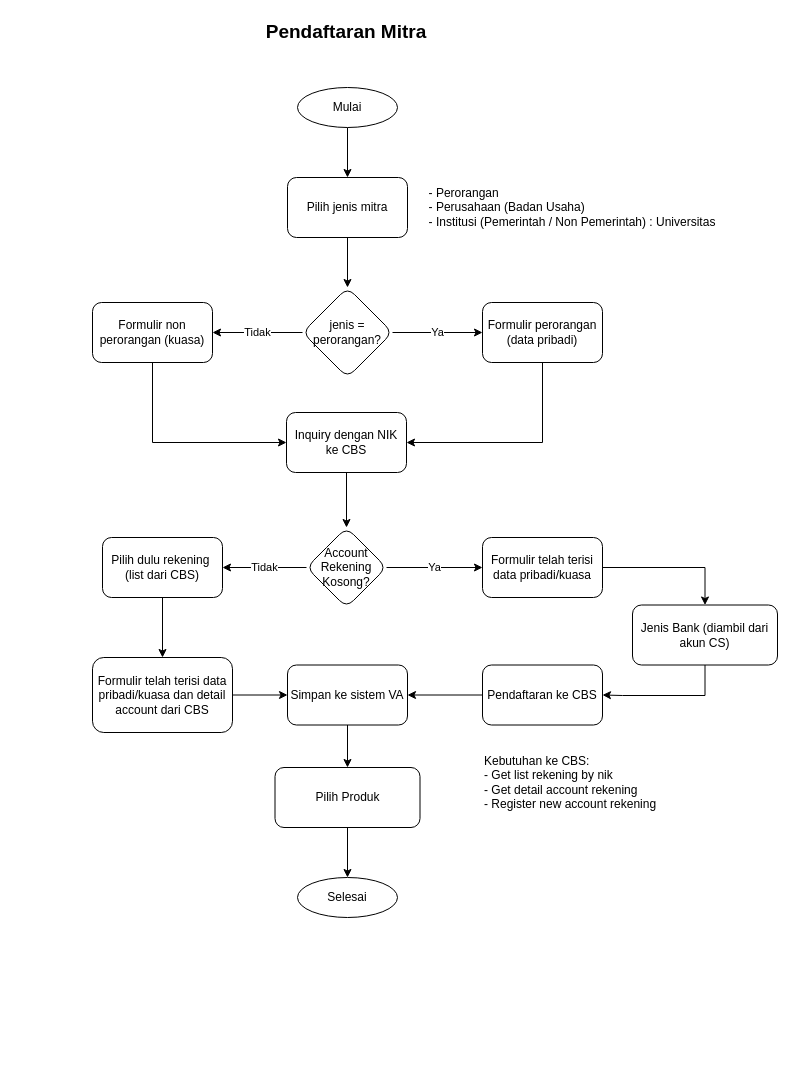
This is page "Pendaftaran Mitra" (1 of 3) of use-case/flow-pendaftaran.drawio from aribrilliantsyah/fsd_va_bpd_diy, a draw.io file, before an edit. Source tidied: cells renumbered, new cells numbered last; positions are measured from the earlier drawing's top-left corner, leaving out a move shared by most shapes. Both pictures are drawn from the tidied source at 100%, with x=0, y=0 at pixel (92, 17).
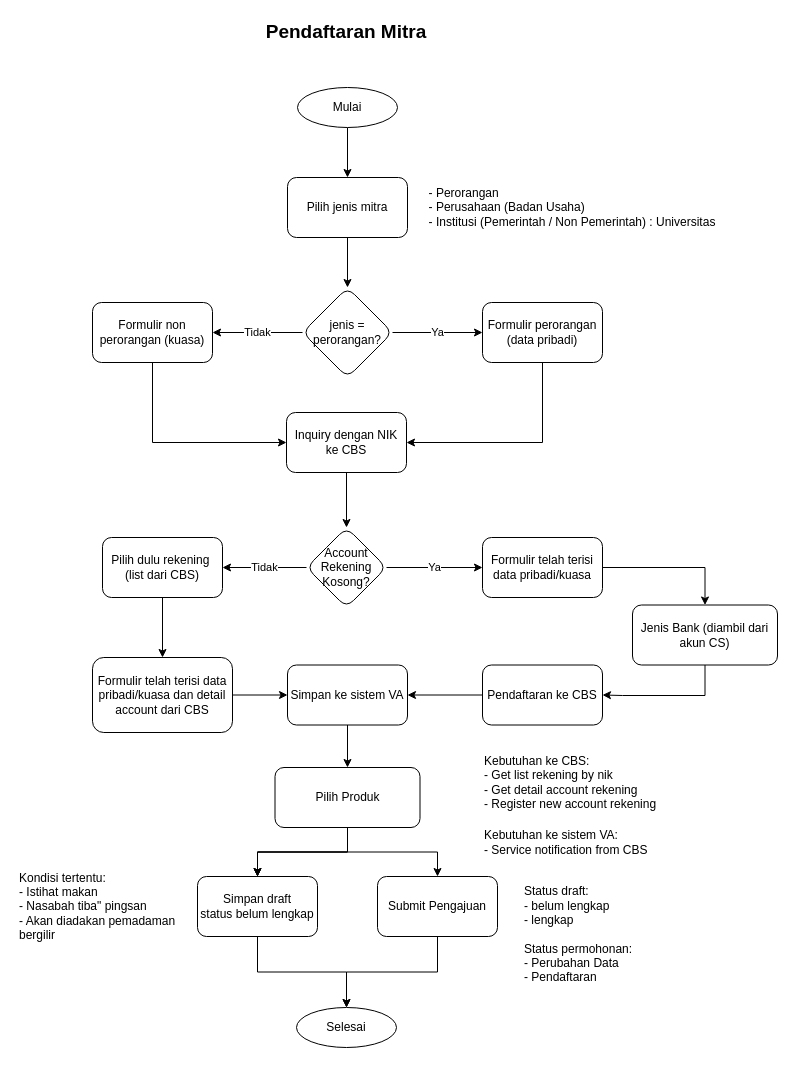
The same page after the edit.

Unchanged cells that the change refers to:
```xml
<mxCell id="31" value="Pilih Produk" style="whiteSpace=wrap;html=1;rounded=1;" parent="1" vertex="1">
  <mxGeometry x="182.5" y="750" width="145" height="60" as="geometry" />
</mxCell>
```

Diff of the diagram source:
```diff
@@
-    <mxCell id="30" style="edgeStyle=orthogonalEdgeStyle;rounded=0;jettySize=auto;html=1;" parent="1" edge="1" source="31" target="32">
-      <mxGeometry relative="1" as="geometry" />
-    </mxCell>
+    <mxCell id="36" style="edgeStyle=orthogonalEdgeStyle;rounded=0;jettySize=auto;html=1;fontSize=19;" parent="1" edge="1" source="31" target="42">
+      <mxGeometry relative="1" as="geometry" />
+    </mxCell>
+    <mxCell id="37" style="edgeStyle=orthogonalEdgeStyle;rounded=0;jettySize=auto;html=1;fontSize=19;" parent="1" edge="1" source="31" target="42">
+      <mxGeometry relative="1" as="geometry" />
+    </mxCell>
+    <mxCell id="38" style="edgeStyle=orthogonalEdgeStyle;rounded=0;jettySize=auto;html=1;fontSize=19;" parent="1" edge="1" source="31" target="42">
+      <mxGeometry relative="1" as="geometry" />
+    </mxCell>
+    <mxCell id="39" style="edgeStyle=orthogonalEdgeStyle;rounded=0;jettySize=auto;html=1;entryX=0.5;entryY=0;entryDx=0;entryDy=0;fontSize=19;" parent="1" edge="1" source="31" target="44">
+      <mxGeometry relative="1" as="geometry" />
+    </mxCell>
@@
-    <mxCell id="32" value="Selesai" style="ellipse;whiteSpace=wrap;html=1;align=center;newEdgeStyle={&quot;edgeStyle&quot;:&quot;entityRelationEdgeStyle&quot;,&quot;startArrow&quot;:&quot;none&quot;,&quot;endArrow&quot;:&quot;none&quot;,&quot;segment&quot;:10,&quot;curved&quot;:1};" parent="1" vertex="1">
-      <mxGeometry x="205" y="860" width="100" height="40" as="geometry" />
-    </mxCell>
@@
+    <mxCell id="40" value="&lt;div style=&quot;&quot;&gt;Kebutuhan ke sistem VA:&lt;/div&gt;&lt;div style=&quot;&quot;&gt;- Service notification from CBS&lt;br&gt;&lt;/div&gt;" style="text;html=1;strokeColor=none;fillColor=none;align=left;verticalAlign=middle;whiteSpace=wrap;rounded=0;" parent="1" vertex="1">
+      <mxGeometry x="390" y="800" width="180" height="50" as="geometry" />
+    </mxCell>
+    <mxCell id="41" style="edgeStyle=orthogonalEdgeStyle;rounded=0;jettySize=auto;html=1;entryX=0.5;entryY=0;entryDx=0;entryDy=0;fontSize=19;" parent="1" edge="1" source="42" target="32">
+      <mxGeometry relative="1" as="geometry" />
+    </mxCell>
+    <mxCell id="42" value="Simpan draft&lt;br&gt;status belum lengkap" style="whiteSpace=wrap;html=1;rounded=1;" parent="1" vertex="1">
+      <mxGeometry x="105" y="859" width="120" height="60" as="geometry" />
+    </mxCell>
+    <mxCell id="43" style="edgeStyle=orthogonalEdgeStyle;rounded=0;jettySize=auto;html=1;entryX=0.5;entryY=0;entryDx=0;entryDy=0;fontSize=19;" parent="1" edge="1" source="44" target="32">
+      <mxGeometry relative="1" as="geometry" />
+    </mxCell>
+    <mxCell id="44" value="Submit Pengajuan" style="whiteSpace=wrap;html=1;rounded=1;" parent="1" vertex="1">
+      <mxGeometry x="285" y="859" width="120" height="60" as="geometry" />
+    </mxCell>
+    <mxCell id="32" value="Selesai" style="ellipse;whiteSpace=wrap;html=1;align=center;newEdgeStyle={&quot;edgeStyle&quot;:&quot;entityRelationEdgeStyle&quot;,&quot;startArrow&quot;:&quot;none&quot;,&quot;endArrow&quot;:&quot;none&quot;,&quot;segment&quot;:10,&quot;curved&quot;:1};" parent="1" vertex="1">
+      <mxGeometry x="204" y="990" width="100" height="40" as="geometry" />
+    </mxCell>
+    <mxCell id="45" value="&lt;div style=&quot;&quot;&gt;Kondisi tertentu:&lt;/div&gt;&lt;div style=&quot;&quot;&gt;- Istihat makan&lt;/div&gt;&lt;div style=&quot;&quot;&gt;- Nasabah tiba&quot; pingsan&lt;/div&gt;&lt;div style=&quot;&quot;&gt;- Akan diadakan pemadaman bergilir&lt;/div&gt;" style="text;html=1;strokeColor=none;fillColor=none;align=left;verticalAlign=middle;whiteSpace=wrap;rounded=0;" parent="1" vertex="1">
+      <mxGeometry x="-75" y="847" width="180" height="84" as="geometry" />
+    </mxCell>
+    <mxCell id="46" value="&lt;div style=&quot;&quot;&gt;Status draft:&lt;/div&gt;&lt;div style=&quot;&quot;&gt;- belum lengkap&lt;/div&gt;&lt;div style=&quot;&quot;&gt;- lengkap&lt;/div&gt;&lt;div style=&quot;&quot;&gt;&lt;br&gt;&lt;/div&gt;&lt;div style=&quot;&quot;&gt;Status permohonan:&lt;/div&gt;&lt;div style=&quot;&quot;&gt;- Perubahan Data&lt;/div&gt;&lt;div style=&quot;&quot;&gt;- Pendaftaran&lt;/div&gt;" style="text;html=1;strokeColor=none;fillColor=none;align=left;verticalAlign=middle;whiteSpace=wrap;rounded=0;" parent="1" vertex="1">
+      <mxGeometry x="430" y="870" width="130" height="94" as="geometry" />
+    </mxCell>
```
